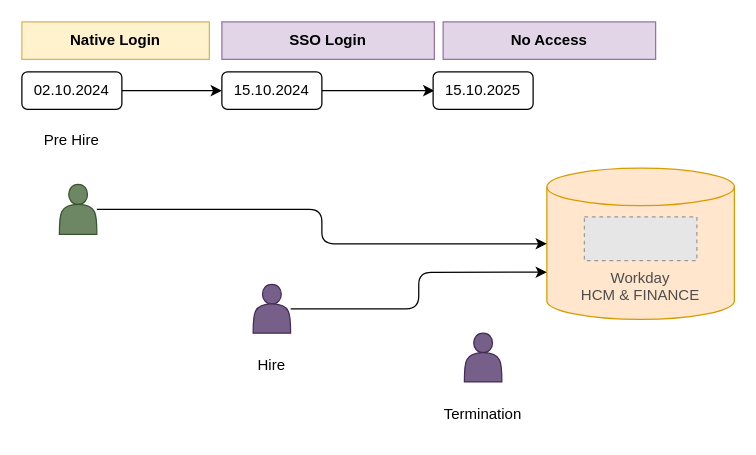
sandyaroma/sandyaroma keeps this draw.io diagram as Welltech AD.drawio. Above is the earlier version. Source tidied: cells renumbered, new cells numbered last; positions are measured from the earlier drawing's top-left corner, leaving out a move shared by most shapes. Both pictures are drawn from the tidied source at 125%, with x=0, y=0 at pixel (21, 21). Pictures stored in the file or linked from it are replaced by grey dashed boxes.
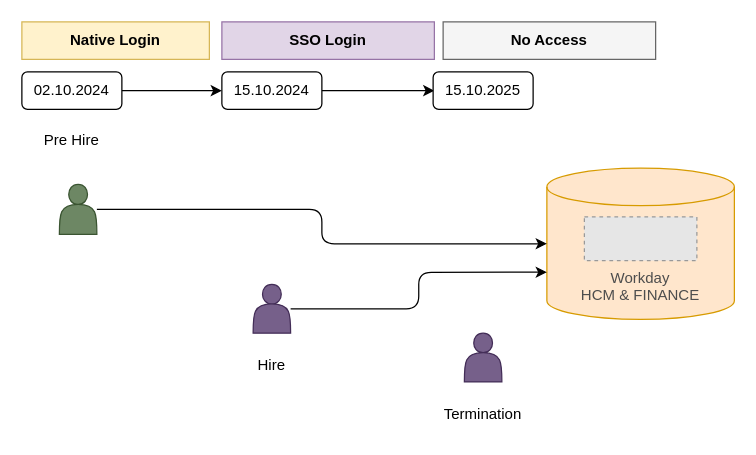
The same page after the edit.

Diff of the diagram source:
```diff
@@
-    <mxCell id="19" value="No Access" style="text;html=1;align=center;verticalAlign=middle;whiteSpace=wrap;rounded=0;fontStyle=1;fillColor=#e1d5e7;strokeColor=#9673a6;" parent="1" vertex="1">
+    <mxCell id="19" value="No Access" style="text;html=1;align=center;verticalAlign=middle;whiteSpace=wrap;rounded=0;fontStyle=1;fillColor=#f5f5f5;strokeColor=#666666;gradientColor=none;" parent="1" vertex="1">
       <mxGeometry x="337" width="170" height="30" as="geometry" />
     </mxCell>
```
